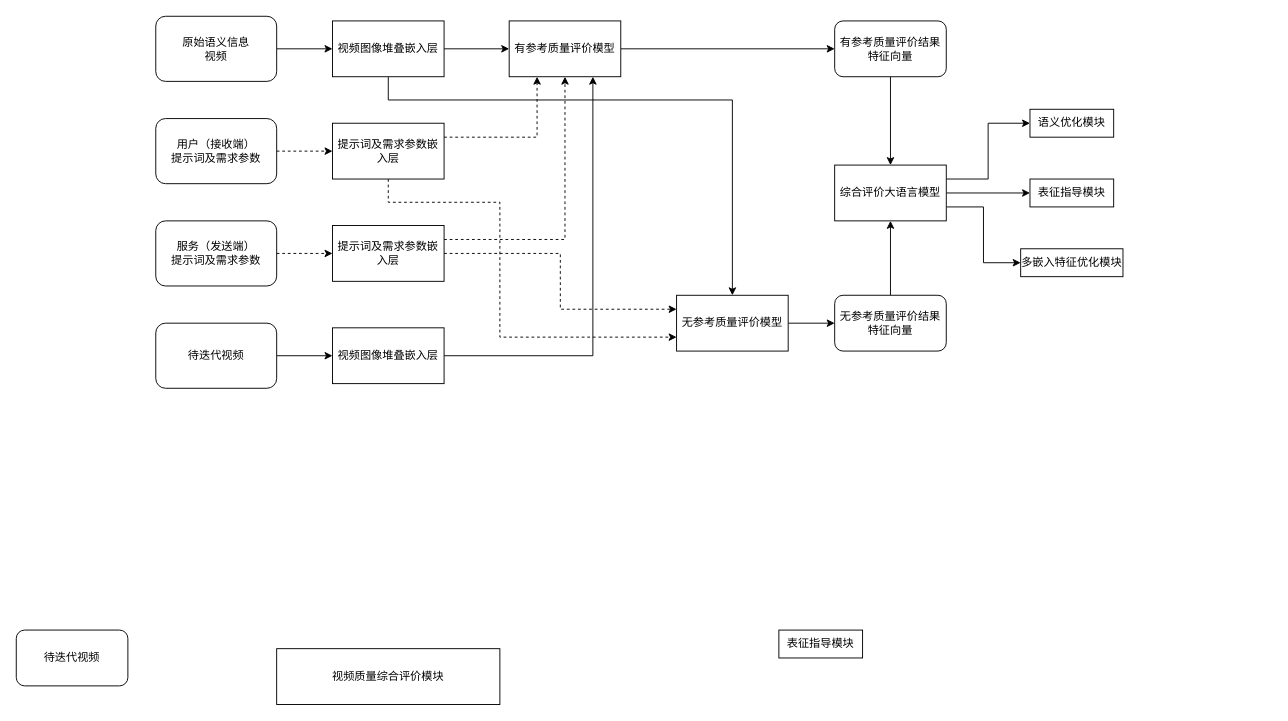
hrf666666/FlowCharts keeps this draw.io diagram as 视频质量综合评价模块_视频.drawio. Above is the earlier version. Source tidied: cells renumbered, new cells numbered last; positions are measured from the earlier drawing's top-left corner, leaving out a move shared by most shapes. Both pictures are drawn from the tidied source at 93%, with x=0, y=0 at pixel (16, 16).
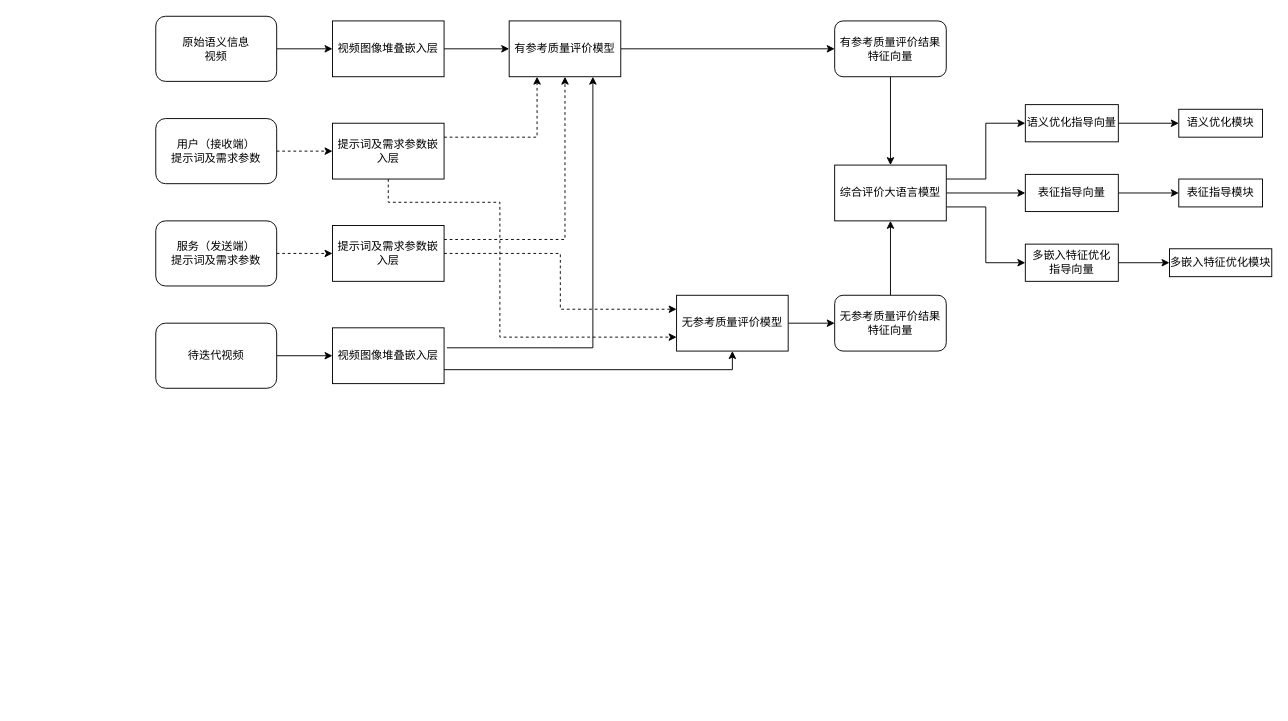
Above is the later version.

Commit message:
更新视频质量综合评价模块_视频.drawio

The change refers to these unchanged cells:
```xml
<mxCell id="15" value="视频图像堆叠嵌入层" style="rounded=0;whiteSpace=wrap;html=1;" parent="1" vertex="1">
  <mxGeometry x="340" y="5" width="120" height="60" as="geometry" />
</mxCell>
<mxCell id="17" value="视频图像堆叠嵌入层" style="rounded=0;whiteSpace=wrap;html=1;" parent="1" vertex="1">
  <mxGeometry x="340" y="335" width="120" height="60" as="geometry" />
</mxCell>
<mxCell id="26" value="有参考质量评价模型" style="rounded=0;whiteSpace=wrap;html=1;" parent="1" vertex="1">
  <mxGeometry x="530" y="5" width="120" height="60" as="geometry" />
</mxCell>
<mxCell id="30" value="无参考质量评价模型" style="rounded=0;whiteSpace=wrap;html=1;" parent="1" vertex="1">
  <mxGeometry x="710" y="300" width="120" height="60" as="geometry" />
</mxCell>
<mxCell id="36" value="综合评价大语言模型" style="rounded=0;whiteSpace=wrap;html=1;" parent="1" vertex="1">
  <mxGeometry x="880" y="160" width="120" height="60" as="geometry" />
</mxCell>
```

Diff of the diagram source:
```diff
@@
-    <mxCell id="4" value="待迭代视频" style="rounded=1;whiteSpace=wrap;html=1;" parent="1" vertex="1">
-      <mxGeometry y="660" width="120" height="60" as="geometry" />
-    </mxCell>
-    <mxCell id="5" value="视频质量综合评价模块" style="rounded=0;whiteSpace=wrap;html=1;" parent="1" vertex="1">
-      <mxGeometry x="280" y="680" width="240" height="60" as="geometry" />
-    </mxCell>
-    <mxCell id="6" value="表征指导模块" style="rounded=0;whiteSpace=wrap;html=1;" parent="1" vertex="1">
-      <mxGeometry x="820" y="660" width="90" height="30" as="geometry" />
-    </mxCell>
@@
-    <mxCell id="14" style="edgeStyle=orthogonalEdgeStyle;rounded=0;jettySize=auto;html=1;entryX=0.5;entryY=0;entryDx=0;entryDy=0;" parent="1" edge="1" source="15" target="30">
-      <mxGeometry relative="1" as="geometry">
-        <Array as="points">
-          <mxPoint x="400" y="90" />
-          <mxPoint x="770" y="90" />
-        </Array>
-      </mxGeometry>
-    </mxCell>
@@
-    <mxCell id="16" style="edgeStyle=orthogonalEdgeStyle;rounded=0;jettySize=auto;html=1;entryX=0.75;entryY=1;entryDx=0;entryDy=0;" parent="1" edge="1" source="17" target="26">
+    <mxCell id="16" style="edgeStyle=orthogonalEdgeStyle;rounded=0;jettySize=auto;html=1;entryX=0.75;entryY=1;entryDx=0;entryDy=0;exitX=1.026;exitY=0.358;exitDx=0;exitDy=0;exitPerimeter=0;" parent="1" edge="1" source="17" target="26">
       <mxGeometry relative="1" as="geometry" />
     </mxCell>
+    <mxCell id="40" style="edgeStyle=orthogonalEdgeStyle;rounded=0;jettySize=auto;html=1;exitX=1;exitY=0.75;exitDx=0;exitDy=0;entryX=0.5;entryY=1;entryDx=0;entryDy=0;" parent="1" edge="1" source="17" target="30">
+      <mxGeometry relative="1" as="geometry" />
+    </mxCell>
@@
-    <mxCell id="34" style="edgeStyle=orthogonalEdgeStyle;rounded=0;jettySize=auto;html=1;" parent="1" edge="1" source="36" target="38">
-      <mxGeometry relative="1" as="geometry" />
-    </mxCell>
-    <mxCell id="35" style="edgeStyle=orthogonalEdgeStyle;rounded=0;jettySize=auto;html=1;exitX=1;exitY=0.75;exitDx=0;exitDy=0;entryX=0;entryY=0.5;entryDx=0;entryDy=0;" parent="1" edge="1" source="36" target="39">
-      <mxGeometry relative="1" as="geometry" />
-    </mxCell>
+    <mxCell id="41" style="edgeStyle=orthogonalEdgeStyle;rounded=0;jettySize=auto;html=1;entryX=0;entryY=0.5;entryDx=0;entryDy=0;" parent="1" edge="1" source="36" target="47">
+      <mxGeometry relative="1" as="geometry" />
+    </mxCell>
+    <mxCell id="42" style="edgeStyle=orthogonalEdgeStyle;rounded=0;jettySize=auto;html=1;exitX=1;exitY=0.75;exitDx=0;exitDy=0;entryX=0;entryY=0.5;entryDx=0;entryDy=0;" parent="1" edge="1" source="36" target="49">
+      <mxGeometry relative="1" as="geometry" />
+    </mxCell>
@@
+    <mxCell id="43" style="edgeStyle=orthogonalEdgeStyle;rounded=0;jettySize=auto;html=1;entryX=0;entryY=0.5;entryDx=0;entryDy=0;" parent="1" edge="1" source="37" target="44">
+      <mxGeometry relative="1" as="geometry" />
+    </mxCell>
-    <mxCell id="37" value="语义优化模块" style="rounded=0;whiteSpace=wrap;html=1;" parent="1" vertex="1">
-      <mxGeometry x="1090" y="100" width="90" height="30" as="geometry" />
+    <mxCell id="37" value="语义优化指导向量" style="rounded=0;whiteSpace=wrap;html=1;" parent="1" vertex="1">
+      <mxGeometry x="1085" y="95" width="100" height="40" as="geometry" />
     </mxCell>
-    <mxCell id="38" value="表征指导模块" style="rounded=0;whiteSpace=wrap;html=1;" parent="1" vertex="1">
-      <mxGeometry x="1090" y="175" width="90" height="30" as="geometry" />
-    </mxCell>
+    <mxCell id="44" value="语义优化模块" style="rounded=0;whiteSpace=wrap;html=1;" parent="1" vertex="1">
+      <mxGeometry x="1250" y="100" width="90" height="30" as="geometry" />
+    </mxCell>
+    <mxCell id="45" value="表征指导模块" style="rounded=0;whiteSpace=wrap;html=1;" parent="1" vertex="1">
+      <mxGeometry x="1250" y="175" width="90" height="30" as="geometry" />
+    </mxCell>
     <mxCell id="39" value="多嵌入特征优化模块" style="rounded=0;whiteSpace=wrap;html=1;" parent="1" vertex="1">
-      <mxGeometry x="1080" y="250" width="110" height="30" as="geometry" />
+      <mxGeometry x="1240" y="250" width="110" height="30" as="geometry" />
     </mxCell>
+    <mxCell id="46" style="edgeStyle=orthogonalEdgeStyle;rounded=0;jettySize=auto;html=1;entryX=0;entryY=0.5;entryDx=0;entryDy=0;" parent="1" edge="1" source="47" target="45">
+      <mxGeometry relative="1" as="geometry" />
+    </mxCell>
+    <mxCell id="47" value="表征指导向量" style="rounded=0;whiteSpace=wrap;html=1;" parent="1" vertex="1">
+      <mxGeometry x="1085" y="170" width="100" height="40" as="geometry" />
+    </mxCell>
+    <mxCell id="48" style="edgeStyle=orthogonalEdgeStyle;rounded=0;jettySize=auto;html=1;entryX=0;entryY=0.5;entryDx=0;entryDy=0;" parent="1" edge="1" source="49" target="39">
+      <mxGeometry relative="1" as="geometry" />
+    </mxCell>
+    <mxCell id="49" value="多嵌入特征优化&lt;div&gt;指导向量&lt;/div&gt;" style="rounded=0;whiteSpace=wrap;html=1;" parent="1" vertex="1">
+      <mxGeometry x="1085" y="245" width="100" height="40" as="geometry" />
+    </mxCell>
```
